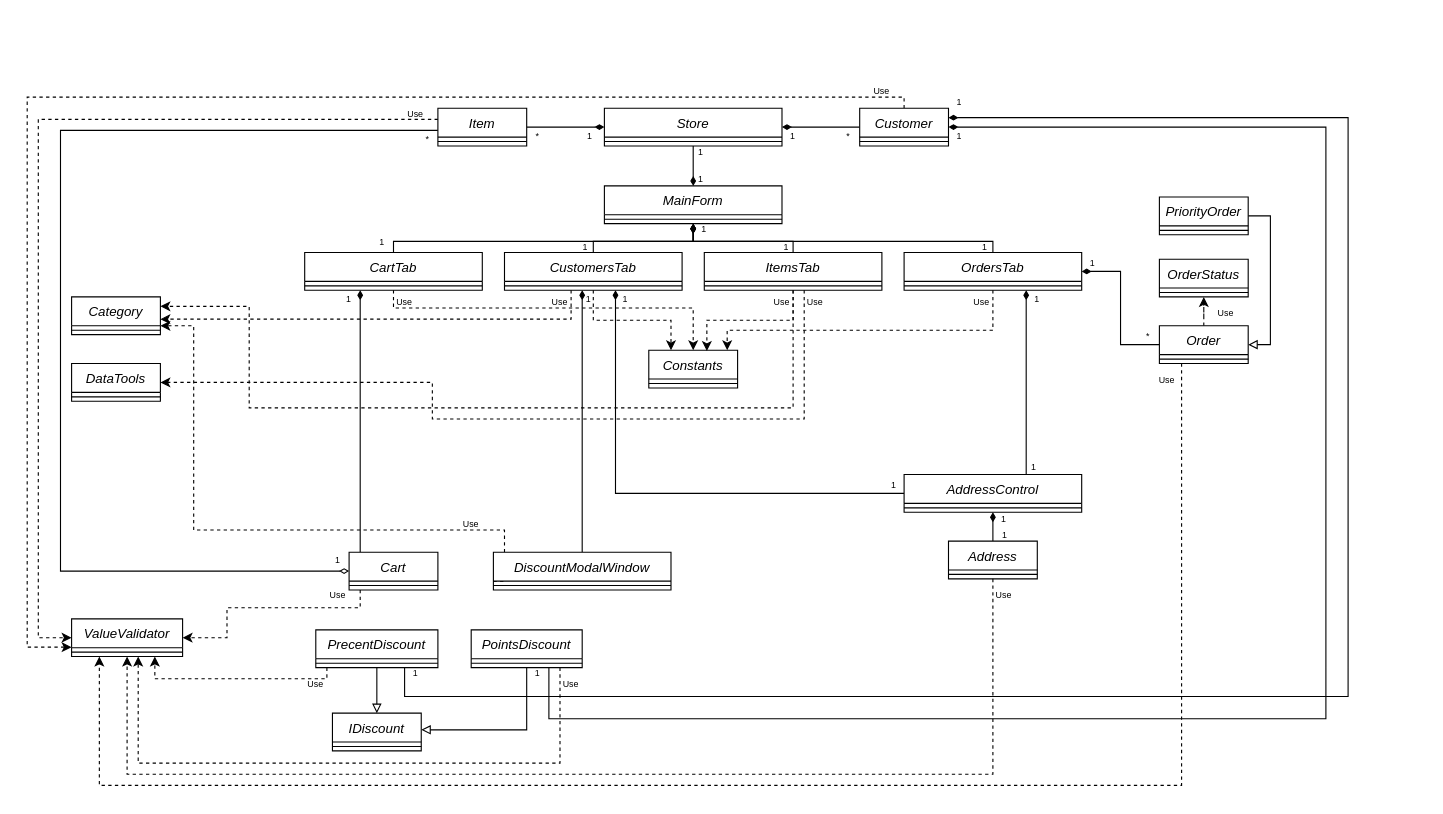
The draw.io diagram oop-winform/Diagram2.drawio in antoniocra04/oop-winform, before the edit. Source tidied: cells renumbered, new cells numbered last; positions are measured from the earlier drawing's top-left corner, leaving out a move shared by most shapes. Both pictures are drawn from the tidied source at 111%, with x=0, y=0 at pixel (27, 74).
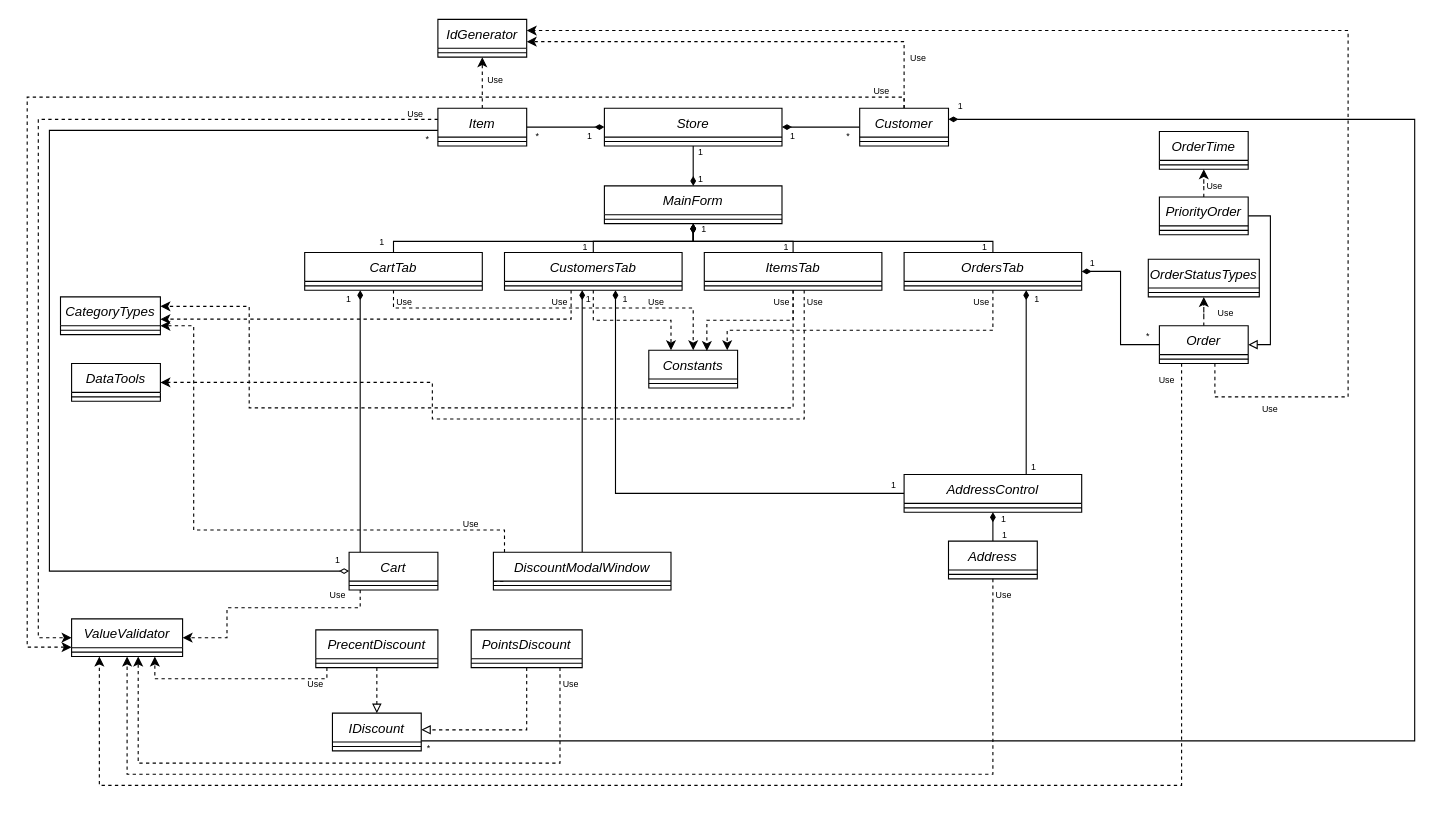
After the change.

Commit message (it also covers changes not shown here):
fix(diagram): исправлены замечания

The change refers to these unchanged cells:
```xml
<mxCell id="32" value="Order" style="swimlane;fontStyle=2;align=center;verticalAlign=top;horizontal=1;startSize=26;rounded=0;shadow=0;strokeWidth=1;" parent="1" vertex="1">
  <mxGeometry x="1020" y="226" width="80" height="34" as="geometry" />
</mxCell>
<mxCell id="37" value="PriorityOrder" style="swimlane;fontStyle=2;align=center;verticalAlign=top;horizontal=1;startSize=26;rounded=0;shadow=0;strokeWidth=1;" parent="1" vertex="1">
  <mxGeometry x="1020" y="110" width="80" height="34" as="geometry" />
</mxCell>
<mxCell id="57" value="Item" style="swimlane;fontStyle=2;align=center;verticalAlign=top;horizontal=1;startSize=26;rounded=0;shadow=0;strokeWidth=1;" parent="1" vertex="1">
  <mxGeometry x="370" y="30" width="80" height="34" as="geometry" />
</mxCell>
<mxCell id="61" value="Customer" style="swimlane;fontStyle=2;align=center;verticalAlign=top;horizontal=1;startSize=26;rounded=0;shadow=0;strokeWidth=1;" parent="1" vertex="1">
  <mxGeometry x="750" y="30" width="80" height="34" as="geometry" />
</mxCell>
<mxCell id="65" value="Cart" style="swimlane;fontStyle=2;align=center;verticalAlign=top;horizontal=1;startSize=26;rounded=0;shadow=0;strokeWidth=1;" parent="1" vertex="1">
  <mxGeometry x="290" y="430" width="80" height="34" as="geometry" />
</mxCell>
<mxCell id="70" value="PrecentDiscount" style="swimlane;fontStyle=2;align=center;verticalAlign=top;horizontal=1;startSize=26;rounded=0;shadow=0;strokeWidth=1;" parent="1" vertex="1">
  <mxGeometry x="260" y="500" width="110" height="34" as="geometry" />
</mxCell>
<mxCell id="75" value="PointsDiscount" style="swimlane;fontStyle=2;align=center;verticalAlign=top;horizontal=1;startSize=26;rounded=0;shadow=0;strokeWidth=1;" parent="1" vertex="1">
  <mxGeometry x="400" y="500" width="100" height="34" as="geometry" />
</mxCell>
<mxCell id="77" value="IDiscount" style="swimlane;fontStyle=2;align=center;verticalAlign=top;horizontal=1;startSize=26;rounded=0;shadow=0;strokeWidth=1;" parent="1" vertex="1">
  <mxGeometry x="275" y="575" width="80" height="34" as="geometry" />
</mxCell>
```

What changed in the source:
```diff
@@
-    <mxCell id="25" value="Category" style="swimlane;fontStyle=2;align=center;verticalAlign=top;horizontal=1;startSize=26;rounded=0;shadow=0;strokeWidth=1;" parent="1" vertex="1">
-      <mxGeometry x="40" y="200" width="80" height="34" as="geometry" />
+    <mxCell id="25" value="CategoryTypes" style="swimlane;fontStyle=2;align=center;verticalAlign=top;horizontal=1;startSize=26;rounded=0;shadow=0;strokeWidth=1;" parent="1" vertex="1">
+      <mxGeometry x="30" y="200" width="90" height="34" as="geometry" />
     </mxCell>
     <mxCell id="26" style="line;html=1;strokeWidth=1;align=left;verticalAlign=middle;spacingTop=-1;spacingLeft=3;spacingRight=3;labelPosition=right;" parent="25" vertex="1">
-      <mxGeometry y="26" width="80" height="8" as="geometry" />
+      <mxGeometry y="26" width="90" height="8" as="geometry" />
     </mxCell>
@@
+    <mxCell id="122" style="edgeStyle=orthogonalEdgeStyle;rounded=0;jettySize=auto;html=1;dashed=1;" parent="1" edge="1" source="32" target="132">
+      <mxGeometry relative="1" as="geometry">
+        <Array as="points">
+          <mxPoint x="1070" y="290" />
+          <mxPoint x="1190" y="290" />
+          <mxPoint x="1190" y="-40" />
+        </Array>
+      </mxGeometry>
+    </mxCell>
@@
-    <mxCell id="34" value="OrderStatus" style="swimlane;fontStyle=2;align=center;verticalAlign=top;horizontal=1;startSize=26;rounded=0;shadow=0;strokeWidth=1;" parent="1" vertex="1">
-      <mxGeometry x="1020" y="166" width="80" height="34" as="geometry" />
+    <mxCell id="34" value="OrderStatusTypes " style="swimlane;fontStyle=2;align=center;verticalAlign=top;horizontal=1;startSize=26;rounded=0;shadow=0;strokeWidth=1;" parent="1" vertex="1">
+      <mxGeometry x="1010" y="166" width="100" height="34" as="geometry" />
     </mxCell>
     <mxCell id="35" style="line;html=1;strokeWidth=1;align=left;verticalAlign=middle;spacingTop=-1;spacingLeft=3;spacingRight=3;labelPosition=right;" parent="34" vertex="1">
-      <mxGeometry y="26" width="80" height="8" as="geometry" />
+      <mxGeometry y="26" width="100" height="8" as="geometry" />
     </mxCell>
@@
+    <mxCell id="123" style="edgeStyle=orthogonalEdgeStyle;rounded=0;jettySize=auto;html=1;dashed=1;" parent="1" edge="1" source="37" target="129">
+      <mxGeometry relative="1" as="geometry" />
+    </mxCell>
@@
     <mxCell id="56" style="edgeStyle=orthogonalEdgeStyle;rounded=0;jettySize=auto;html=1;entryX=0;entryY=0.5;entryDx=0;entryDy=0;endArrow=diamondThin;endFill=0;" parent="1" edge="1" source="57" target="65">
       <mxGeometry relative="1" as="geometry">
         <Array as="points">
-          <mxPoint x="30" y="50" />
-          <mxPoint x="30" y="447" />
+          <mxPoint x="20" y="50" />
+          <mxPoint x="20" y="447" />
         </Array>
       </mxGeometry>
     </mxCell>
+    <mxCell id="124" style="edgeStyle=orthogonalEdgeStyle;rounded=0;jettySize=auto;html=1;dashed=1;" parent="1" edge="1" source="57" target="132">
+      <mxGeometry relative="1" as="geometry" />
+    </mxCell>
@@
+    <mxCell id="125" style="edgeStyle=orthogonalEdgeStyle;rounded=0;jettySize=auto;html=1;dashed=1;" parent="1" edge="1" source="61" target="132">
+      <mxGeometry relative="1" as="geometry">
+        <Array as="points">
+          <mxPoint x="790" y="-30" />
+        </Array>
+      </mxGeometry>
+    </mxCell>
@@
-    <mxCell id="67" style="edgeStyle=orthogonalEdgeStyle;rounded=0;jettySize=auto;html=1;endArrow=block;endFill=0;" parent="1" edge="1" source="70" target="77">
+    <mxCell id="67" style="edgeStyle=orthogonalEdgeStyle;rounded=0;jettySize=auto;html=1;endArrow=block;endFill=0;dashed=1;" parent="1" edge="1" source="70" target="77">
       <mxGeometry relative="1" as="geometry" />
     </mxCell>
@@
-    <mxCell id="69" style="edgeStyle=orthogonalEdgeStyle;rounded=0;jettySize=auto;html=1;entryX=1;entryY=0.25;entryDx=0;entryDy=0;endArrow=diamondThin;endFill=1;" parent="1" edge="1" source="70" target="61">
-      <mxGeometry relative="1" as="geometry">
-        <Array as="points">
-          <mxPoint x="340" y="560" />
-          <mxPoint x="1190" y="560" />
-          <mxPoint x="1190" y="39" />
-        </Array>
-      </mxGeometry>
-    </mxCell>
@@
-    <mxCell id="72" style="edgeStyle=orthogonalEdgeStyle;rounded=0;jettySize=auto;html=1;endArrow=block;endFill=0;" parent="1" edge="1" source="75" target="77">
+    <mxCell id="72" style="edgeStyle=orthogonalEdgeStyle;rounded=0;jettySize=auto;html=1;endArrow=block;endFill=0;dashed=1;" parent="1" edge="1" source="75" target="77">
       <mxGeometry relative="1" as="geometry">
         <Array as="points">
           <mxPoint x="450" y="590" />
         </Array>
       </mxGeometry>
     </mxCell>
@@
-    <mxCell id="74" style="edgeStyle=orthogonalEdgeStyle;rounded=0;jettySize=auto;html=1;entryX=1;entryY=0.5;entryDx=0;entryDy=0;endArrow=diamondThin;endFill=1;" parent="1" edge="1" source="75" target="61">
-      <mxGeometry relative="1" as="geometry">
-        <Array as="points">
-          <mxPoint x="470" y="580" />
-          <mxPoint x="1170" y="580" />
-          <mxPoint x="1170" y="47" />
-        </Array>
-      </mxGeometry>
-    </mxCell>
@@
+    <mxCell id="126" style="edgeStyle=orthogonalEdgeStyle;rounded=0;jettySize=auto;html=1;endArrow=diamondThin;endFill=1;" parent="1" edge="1" source="77" target="61">
+      <mxGeometry relative="1" as="geometry">
+        <Array as="points">
+          <mxPoint x="1250" y="600" />
+          <mxPoint x="1250" y="40" />
+        </Array>
+      </mxGeometry>
+    </mxCell>
@@
-    <mxCell id="113" value="1" style="text;html=1;align=center;verticalAlign=middle;whiteSpace=wrap;rounded=0;fontSize=8;" parent="1" vertex="1">
-      <mxGeometry x="810" y="40" width="60" height="30" as="geometry" />
-    </mxCell>
     <mxCell id="114" value="1" style="text;html=1;align=center;verticalAlign=middle;whiteSpace=wrap;rounded=0;fontSize=8;" parent="1" vertex="1">
-      <mxGeometry x="810" y="10" width="60" height="30" as="geometry" />
+      <mxGeometry x="811" y="13" width="60" height="30" as="geometry" />
     </mxCell>
-    <mxCell id="115" value="1" style="text;html=1;align=center;verticalAlign=middle;whiteSpace=wrap;rounded=0;fontSize=8;" parent="1" vertex="1">
-      <mxGeometry x="320" y="524" width="60" height="30" as="geometry" />
-    </mxCell>
-    <mxCell id="116" value="1" style="text;html=1;align=center;verticalAlign=middle;whiteSpace=wrap;rounded=0;fontSize=8;" parent="1" vertex="1">
-      <mxGeometry x="430" y="524" width="60" height="30" as="geometry" />
-    </mxCell>
@@
+    <mxCell id="127" value="*" style="text;html=1;align=center;verticalAlign=middle;whiteSpace=wrap;rounded=0;fontSize=8;" parent="1" vertex="1">
+      <mxGeometry x="332" y="592" width="60" height="30" as="geometry" />
+    </mxCell>
+    <mxCell id="128" value="Use" style="text;html=1;align=center;verticalAlign=middle;whiteSpace=wrap;rounded=0;fontSize=8;" parent="1" vertex="1">
+      <mxGeometry x="537" y="190" width="60" height="30" as="geometry" />
+    </mxCell>
+    <mxCell id="129" value="OrderTime" style="swimlane;fontStyle=2;align=center;verticalAlign=top;horizontal=1;startSize=26;rounded=0;shadow=0;strokeWidth=1;" parent="1" vertex="1">
+      <mxGeometry x="1020" y="51" width="80" height="34" as="geometry" />
+    </mxCell>
+    <mxCell id="130" style="line;html=1;strokeWidth=1;align=left;verticalAlign=middle;spacingTop=-1;spacingLeft=3;spacingRight=3;labelPosition=right;" parent="129" vertex="1">
+      <mxGeometry y="26" width="80" height="8" as="geometry" />
+    </mxCell>
+    <mxCell id="131" value="Use" style="text;html=1;align=center;verticalAlign=middle;whiteSpace=wrap;rounded=0;fontSize=8;" parent="1" vertex="1">
+      <mxGeometry x="1040" y="85" width="60" height="30" as="geometry" />
+    </mxCell>
+    <mxCell id="132" value="IdGenerator" style="swimlane;fontStyle=2;align=center;verticalAlign=top;horizontal=1;startSize=26;rounded=0;shadow=0;strokeWidth=1;" parent="1" vertex="1">
+      <mxGeometry x="370" y="-50" width="80" height="34" as="geometry" />
+    </mxCell>
+    <mxCell id="133" style="line;html=1;strokeWidth=1;align=left;verticalAlign=middle;spacingTop=-1;spacingLeft=3;spacingRight=3;labelPosition=right;" parent="132" vertex="1">
+      <mxGeometry y="26" width="80" height="8" as="geometry" />
+    </mxCell>
+    <mxCell id="134" value="Use" style="text;html=1;align=center;verticalAlign=middle;whiteSpace=wrap;rounded=0;fontSize=8;" parent="1" vertex="1">
+      <mxGeometry x="392" y="-10" width="60" height="30" as="geometry" />
+    </mxCell>
+    <mxCell id="135" value="Use" style="text;html=1;align=center;verticalAlign=middle;whiteSpace=wrap;rounded=0;fontSize=8;" parent="1" vertex="1">
+      <mxGeometry x="773" y="-30" width="60" height="30" as="geometry" />
+    </mxCell>
+    <mxCell id="136" value="Use" style="text;html=1;align=center;verticalAlign=middle;whiteSpace=wrap;rounded=0;fontSize=8;" parent="1" vertex="1">
+      <mxGeometry x="1090" y="286" width="60" height="30" as="geometry" />
+    </mxCell>
```
